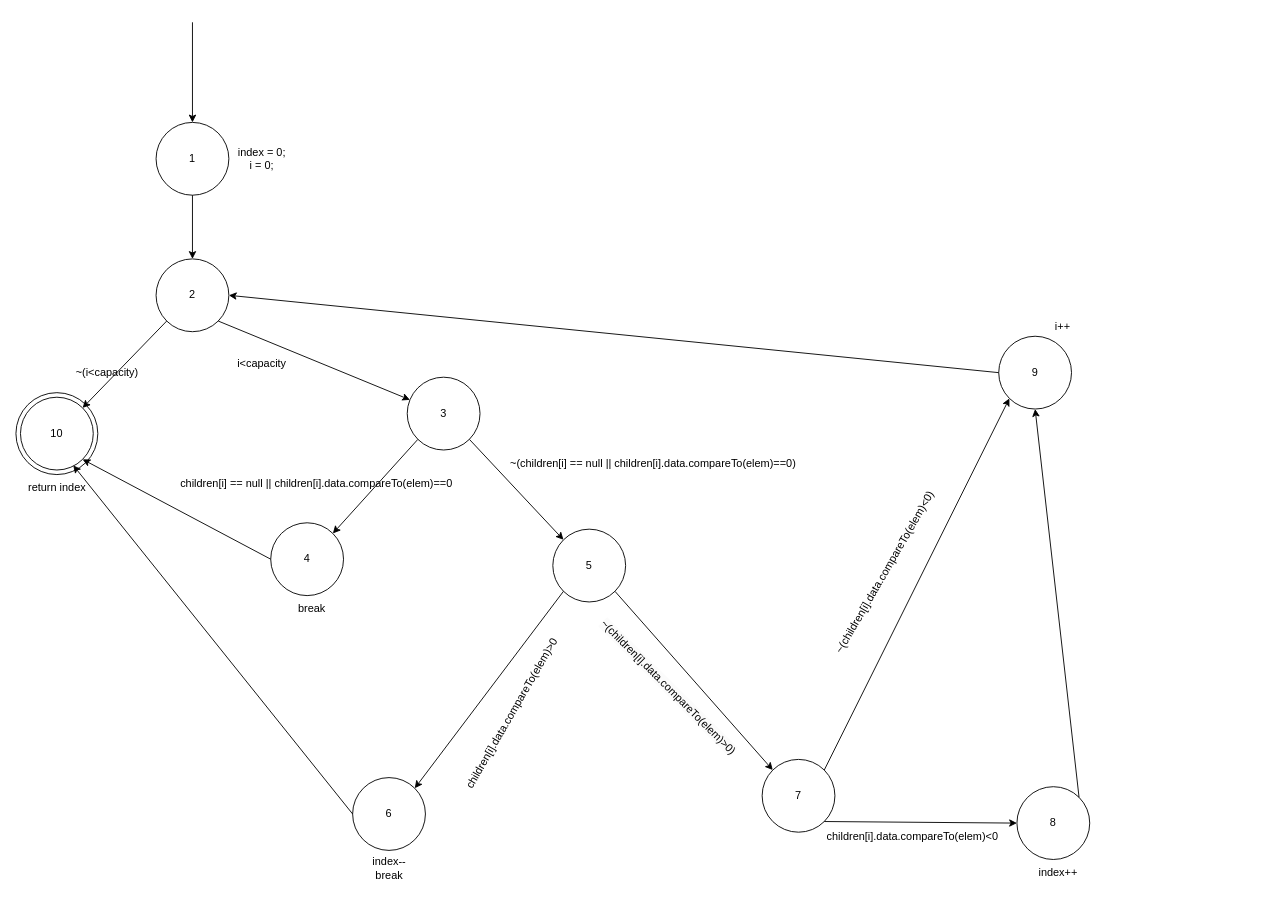
Above: vvs_2324_assignment_1/DiagramsAndTables/AllCouplingUseCoverage/ProposePosition.drawio in imtunapotato/VVS_PROJECT (draw.io), before the change. Source tidied: cells renumbered, new cells numbered last; positions are measured from the earlier drawing's top-left corner, leaving out a move shared by most shapes. Both pictures are drawn from the tidied source at 91%, with x=0, y=0 at pixel (15, 22).
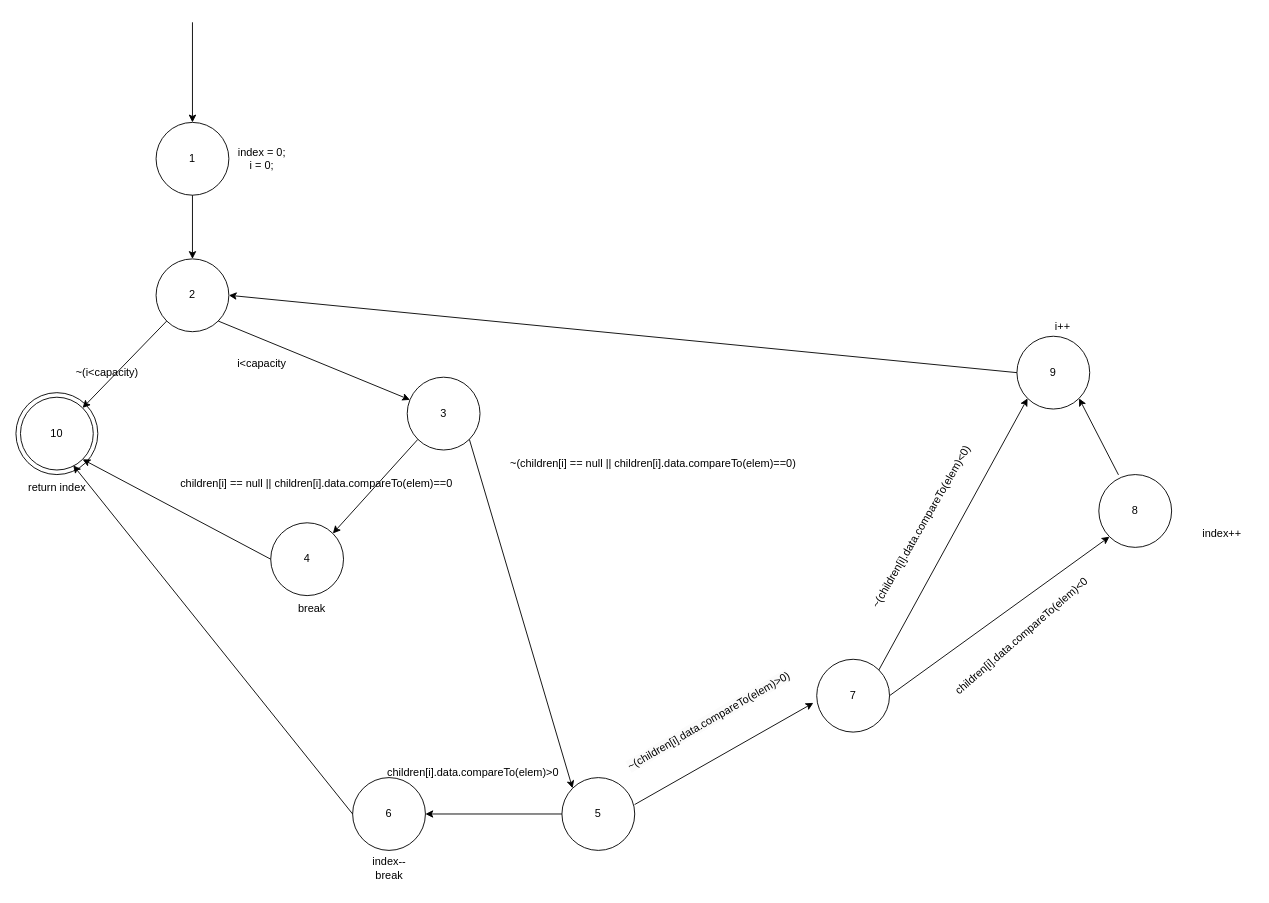
The same page after the edit.

Unchanged cells that the change refers to:
```xml
<mxCell id="26" value="6" style="ellipse;whiteSpace=wrap;html=1;" parent="1" vertex="1">
  <mxGeometry x="370" y="830" width="80" height="80" as="geometry" />
</mxCell>
```

Diff of the diagram source:
```diff
@@
     <mxCell id="22" value="5" style="ellipse;whiteSpace=wrap;html=1;" parent="1" vertex="1">
-      <mxGeometry x="590" y="557" width="80" height="80" as="geometry" />
+      <mxGeometry x="600" y="830" width="80" height="80" as="geometry" />
     </mxCell>
-    <mxCell id="23" value="children[i].data.compareTo(elem)&amp;gt;0" style="text;html=1;align=center;verticalAlign=middle;strokeColor=none;fillColor=none;rotation=-60;" parent="1" vertex="1">
-      <mxGeometry x="440" y="745" width="210" height="30" as="geometry" />
+    <mxCell id="23" value="children[i].data.compareTo(elem)&amp;gt;0" style="text;html=1;align=center;verticalAlign=middle;strokeColor=none;fillColor=none;rotation=0;" parent="1" vertex="1">
+      <mxGeometry x="397" y="810" width="210" height="30" as="geometry" />
     </mxCell>
-    <mxCell id="24" style="endArrow=classic;html=1;rounded=0;exitX=1;exitY=1;exitDx=0;exitDy=0;entryX=0;entryY=0;entryDx=0;entryDy=0;" parent="1" edge="1" source="22" target="29">
+    <mxCell id="24" style="endArrow=classic;html=1;rounded=0;exitX=0.998;exitY=0.371;exitDx=0;exitDy=0;entryX=-0.046;entryY=0.599;entryDx=0;entryDy=0;exitPerimeter=0;entryPerimeter=0;" parent="1" edge="1" source="22" target="29">
       <mxGeometry relative="1" as="geometry" />
     </mxCell>
-    <mxCell id="25" style="endArrow=classic;html=1;rounded=0;exitX=0;exitY=1;exitDx=0;exitDy=0;entryX=1;entryY=0;entryDx=0;entryDy=0;" parent="1" edge="1" source="22" target="26">
+    <mxCell id="25" style="endArrow=classic;html=1;rounded=0;exitX=0;exitY=0.5;exitDx=0;exitDy=0;entryX=1;entryY=0.5;entryDx=0;entryDy=0;" parent="1" edge="1" source="22" target="26">
       <mxGeometry relative="1" as="geometry" />
     </mxCell>
@@
     <mxCell id="29" value="7" style="ellipse;whiteSpace=wrap;html=1;" parent="1" vertex="1">
-      <mxGeometry x="820" y="810" width="80" height="80" as="geometry" />
+      <mxGeometry x="880" y="700" width="80" height="80" as="geometry" />
     </mxCell>
-    <mxCell id="30" value="&lt;span style=&quot;color: rgb(0, 0, 0); font-family: Helvetica; font-size: 12px; font-style: normal; font-variant-ligatures: normal; font-variant-caps: normal; font-weight: 400; letter-spacing: normal; orphans: 2; text-align: center; text-indent: 0px; text-transform: none; widows: 2; word-spacing: 0px; -webkit-text-stroke-width: 0px; white-space: nowrap; background-color: rgb(251, 251, 251); text-decoration-thickness: initial; text-decoration-style: initial; text-decoration-color: initial; display: inline !important; float: none;&quot;&gt;~(children[i].data.compareTo(elem)&amp;gt;0)&lt;/span&gt;" style="text;whiteSpace=wrap;html=1;rotation=45;" parent="1" vertex="1">
-      <mxGeometry x="607" y="720" width="220" height="40" as="geometry" />
+    <mxCell id="30" value="&lt;span style=&quot;color: rgb(0, 0, 0); font-family: Helvetica; font-size: 12px; font-style: normal; font-variant-ligatures: normal; font-variant-caps: normal; font-weight: 400; letter-spacing: normal; orphans: 2; text-align: center; text-indent: 0px; text-transform: none; widows: 2; word-spacing: 0px; -webkit-text-stroke-width: 0px; white-space: nowrap; background-color: rgb(251, 251, 251); text-decoration-thickness: initial; text-decoration-style: initial; text-decoration-color: initial; display: inline !important; float: none;&quot;&gt;~(children[i].data.compareTo(elem)&amp;gt;0)&lt;/span&gt;" style="text;whiteSpace=wrap;html=1;rotation=-30;" parent="1" vertex="1">
+      <mxGeometry x="660" y="750" width="220" height="40" as="geometry" />
     </mxCell>
-    <mxCell id="31" style="endArrow=classic;html=1;rounded=0;exitX=1;exitY=1;exitDx=0;exitDy=0;entryX=0;entryY=0.5;entryDx=0;entryDy=0;" parent="1" edge="1" source="29" target="33">
+    <mxCell id="31" style="endArrow=classic;html=1;rounded=0;exitX=1;exitY=0.5;exitDx=0;exitDy=0;entryX=0;entryY=1;entryDx=0;entryDy=0;" parent="1" edge="1" source="29" target="33">
       <mxGeometry relative="1" as="geometry" />
     </mxCell>
-    <mxCell id="32" value="children[i].data.compareTo(elem)&amp;lt;0" style="text;html=1;align=center;verticalAlign=middle;strokeColor=none;fillColor=none;" parent="1" vertex="1">
-      <mxGeometry x="880" y="880" width="210" height="30" as="geometry" />
+    <mxCell id="32" value="children[i].data.compareTo(elem)&amp;lt;0" style="text;html=1;align=center;verticalAlign=middle;strokeColor=none;fillColor=none;rotation=-41;" parent="1" vertex="1">
+      <mxGeometry x="1000" y="660" width="210" height="30" as="geometry" />
     </mxCell>
     <mxCell id="33" value="8" style="ellipse;whiteSpace=wrap;html=1;" parent="1" vertex="1">
-      <mxGeometry x="1100" y="840" width="80" height="80" as="geometry" />
+      <mxGeometry x="1190" y="497" width="80" height="80" as="geometry" />
     </mxCell>
     <mxCell id="34" value="~(children[i].data.compareTo(elem)&amp;lt;0)" style="text;html=1;align=center;verticalAlign=middle;strokeColor=none;fillColor=none;rotation=-60;" parent="1" vertex="1">
-      <mxGeometry x="840" y="590" width="230" height="30" as="geometry" />
+      <mxGeometry x="880" y="540" width="230" height="30" as="geometry" />
     </mxCell>
     <mxCell id="35" value="index++" style="text;html=1;align=center;verticalAlign=middle;strokeColor=none;fillColor=none;" parent="1" vertex="1">
-      <mxGeometry x="1110" y="920" width="70" height="30" as="geometry" />
+      <mxGeometry x="1290" y="547" width="70" height="30" as="geometry" />
     </mxCell>
@@
     <mxCell id="37" value="9" style="ellipse;whiteSpace=wrap;html=1;" parent="1" vertex="1">
-      <mxGeometry x="1080" y="345" width="80" height="80" as="geometry" />
+      <mxGeometry x="1100" y="345" width="80" height="80" as="geometry" />
     </mxCell>
@@
-    <mxCell id="39" style="endArrow=classic;html=1;rounded=0;exitX=1;exitY=0;exitDx=0;exitDy=0;entryX=0.5;entryY=1;entryDx=0;entryDy=0;" parent="1" edge="1" source="33" target="37">
+    <mxCell id="39" style="endArrow=classic;html=1;rounded=0;exitX=0.27;exitY=0.004;exitDx=0;exitDy=0;entryX=1;entryY=1;entryDx=0;entryDy=0;exitPerimeter=0;" parent="1" edge="1" source="33" target="37">
       <mxGeometry relative="1" as="geometry" />
     </mxCell>
```
